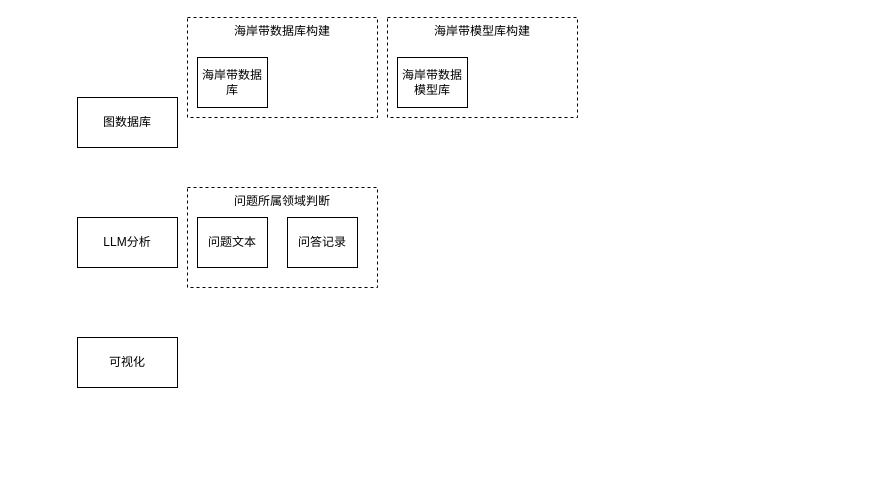
ZNIZN/mytestblog keeps this draw.io diagram as 模型计算流程图.drawio. Above is the earlier version. Source tidied: cells renumbered, new cells numbered last; positions are measured from the earlier drawing's top-left corner, leaving out a move shared by most shapes. Both pictures are drawn from the tidied source at 100%, with x=0, y=0 at pixel (77, 17).
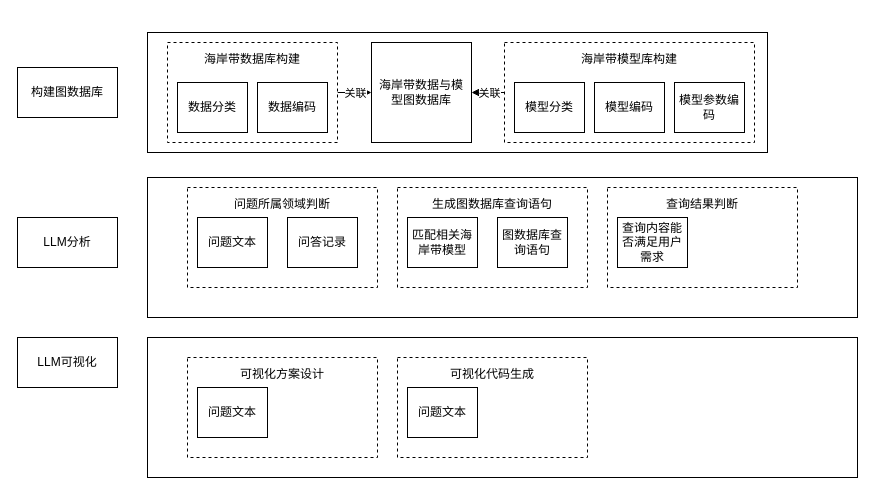
After the change.

Commit message (it also covers changes not shown here):
模型计算流程图.drawio

Change to the diagram source:
```diff
@@
-    <mxCell id="2" value="海岸带模型库构建" style="rounded=0;whiteSpace=wrap;html=1;dashed=1;verticalAlign=top;" parent="1" vertex="1">
-      <mxGeometry x="310" width="190" height="100" as="geometry" />
-    </mxCell>
-    <mxCell id="3" value="海岸带数据库构建" style="rounded=0;whiteSpace=wrap;html=1;dashed=1;verticalAlign=top;" parent="1" vertex="1">
-      <mxGeometry x="110" width="190" height="100" as="geometry" />
-    </mxCell>
+    <mxCell id="12" style="rounded=0;whiteSpace=wrap;html=1;spacing=5;" parent="1" vertex="1">
+      <mxGeometry x="70" y="320" width="710" height="140" as="geometry" />
+    </mxCell>
+    <mxCell id="13" style="rounded=0;whiteSpace=wrap;html=1;spacing=5;" parent="1" vertex="1">
+      <mxGeometry x="70" y="160" width="710" height="140" as="geometry" />
+    </mxCell>
+    <mxCell id="14" style="rounded=0;whiteSpace=wrap;html=1;spacing=5;" parent="1" vertex="1">
+      <mxGeometry x="70" y="15" width="620" height="120" as="geometry" />
+    </mxCell>
+    <mxCell id="15" style="edgeStyle=orthogonalEdgeStyle;rounded=0;jettySize=auto;html=1;exitX=1;exitY=0.5;exitDx=0;exitDy=0;" parent="1" edge="1" source="3" target="26">
+      <mxGeometry relative="1" as="geometry" />
+    </mxCell>
+    <mxCell id="16" value="关联" style="edgeLabel;html=1;align=center;verticalAlign=middle;" parent="15" vertex="1">
+      <mxGeometry relative="1" as="geometry" />
+    </mxCell>
-    <mxCell id="4" value="图数据库" style="rounded=0;whiteSpace=wrap;html=1;" parent="1" vertex="1">
-      <mxGeometry y="80" width="100" height="50" as="geometry" />
+    <mxCell id="4" value="构建图数据库" style="rounded=0;whiteSpace=wrap;html=1;spacing=5;" parent="1" vertex="1">
+      <mxGeometry x="-60" y="50" width="100" height="50" as="geometry" />
     </mxCell>
-    <mxCell id="5" value="LLM分析" style="rounded=0;whiteSpace=wrap;html=1;" parent="1" vertex="1">
-      <mxGeometry y="200" width="100" height="50" as="geometry" />
+    <mxCell id="5" value="LLM分析" style="rounded=0;whiteSpace=wrap;html=1;spacing=5;" parent="1" vertex="1">
+      <mxGeometry x="-60" y="200" width="100" height="50" as="geometry" />
     </mxCell>
-    <mxCell id="6" value="可视化" style="rounded=0;whiteSpace=wrap;html=1;" parent="1" vertex="1">
-      <mxGeometry y="320" width="100" height="50" as="geometry" />
+    <mxCell id="6" value="LLM可视化" style="rounded=0;whiteSpace=wrap;html=1;spacing=5;" parent="1" vertex="1">
+      <mxGeometry x="-60" y="320" width="100" height="50" as="geometry" />
     </mxCell>
-    <mxCell id="7" value="海岸带数据库" style="rounded=0;whiteSpace=wrap;html=1;" parent="1" vertex="1">
-      <mxGeometry x="120" y="40" width="70" height="50" as="geometry" />
-    </mxCell>
-    <mxCell id="8" value="海岸带数据模型库" style="rounded=0;whiteSpace=wrap;html=1;" parent="1" vertex="1">
-      <mxGeometry x="320" y="40" width="70" height="50" as="geometry" />
-    </mxCell>
-    <mxCell id="9" value="问题所属领域判断" style="rounded=0;whiteSpace=wrap;html=1;dashed=1;verticalAlign=top;" parent="1" vertex="1">
+    <mxCell id="9" value="问题所属领域判断" style="rounded=0;whiteSpace=wrap;html=1;dashed=1;verticalAlign=top;spacing=5;" parent="1" vertex="1">
       <mxGeometry x="110" y="170" width="190" height="100" as="geometry" />
     </mxCell>
-    <mxCell id="10" value="问题文本" style="rounded=0;whiteSpace=wrap;html=1;" parent="1" vertex="1">
+    <mxCell id="10" value="问题文本" style="rounded=0;whiteSpace=wrap;html=1;spacing=5;" parent="1" vertex="1">
       <mxGeometry x="120" y="200" width="70" height="50" as="geometry" />
     </mxCell>
-    <mxCell id="11" value="问答记录" style="rounded=0;whiteSpace=wrap;html=1;" parent="1" vertex="1">
+    <mxCell id="11" value="问答记录" style="rounded=0;whiteSpace=wrap;html=1;spacing=5;" parent="1" vertex="1">
       <mxGeometry x="210" y="200" width="70" height="50" as="geometry" />
     </mxCell>
+    <mxCell id="17" value="生成图数据库查询语句" style="rounded=0;whiteSpace=wrap;html=1;dashed=1;verticalAlign=top;spacing=5;" parent="1" vertex="1">
+      <mxGeometry x="320" y="170" width="190" height="100" as="geometry" />
+    </mxCell>
+    <mxCell id="18" value="匹配相关海岸带模型" style="rounded=0;whiteSpace=wrap;html=1;spacing=5;" parent="1" vertex="1">
+      <mxGeometry x="330" y="200" width="70" height="50" as="geometry" />
+    </mxCell>
+    <mxCell id="19" value="图数据库查询语句" style="rounded=0;whiteSpace=wrap;html=1;spacing=5;" parent="1" vertex="1">
+      <mxGeometry x="420" y="200" width="70" height="50" as="geometry" />
+    </mxCell>
+    <mxCell id="20" value="查询结果判断" style="rounded=0;whiteSpace=wrap;html=1;dashed=1;verticalAlign=top;spacing=5;" parent="1" vertex="1">
+      <mxGeometry x="530" y="170" width="190" height="100" as="geometry" />
+    </mxCell>
+    <mxCell id="21" value="查询内容能否满足用户需求" style="rounded=0;whiteSpace=wrap;html=1;spacing=5;" parent="1" vertex="1">
+      <mxGeometry x="540" y="200" width="70" height="50" as="geometry" />
+    </mxCell>
+    <mxCell id="22" value="可视化方案设计" style="rounded=0;whiteSpace=wrap;html=1;dashed=1;verticalAlign=top;spacing=5;" parent="1" vertex="1">
+      <mxGeometry x="110" y="340" width="190" height="100" as="geometry" />
+    </mxCell>
+    <mxCell id="23" value="问题文本" style="rounded=0;whiteSpace=wrap;html=1;spacing=5;" parent="1" vertex="1">
+      <mxGeometry x="120" y="370" width="70" height="50" as="geometry" />
+    </mxCell>
+    <mxCell id="24" value="可视化代码生成" style="rounded=0;whiteSpace=wrap;html=1;dashed=1;verticalAlign=top;spacing=5;" parent="1" vertex="1">
+      <mxGeometry x="320" y="340" width="190" height="100" as="geometry" />
+    </mxCell>
+    <mxCell id="25" value="问题文本" style="rounded=0;whiteSpace=wrap;html=1;spacing=5;" parent="1" vertex="1">
+      <mxGeometry x="330" y="370" width="70" height="50" as="geometry" />
+    </mxCell>
+    <mxCell id="26" value="海岸带数据与模型图数据库" style="rounded=0;whiteSpace=wrap;html=1;spacing=5;" parent="1" vertex="1">
+      <mxGeometry x="294" y="25" width="100" height="100" as="geometry" />
+    </mxCell>
+    <mxCell id="27" style="group;" parent="1" vertex="1">
+      <mxGeometry x="427" y="25" width="250" height="100" as="geometry" />
+    </mxCell>
+    <mxCell id="2" value="海岸带模型库构建" style="rounded=0;whiteSpace=wrap;html=1;dashed=1;verticalAlign=top;spacing=5;" parent="27" vertex="1">
+      <mxGeometry width="250" height="100" as="geometry" />
+    </mxCell>
+    <mxCell id="28" style="group;" parent="27" vertex="1">
+      <mxGeometry x="10" y="40" width="230" height="50" as="geometry" />
+    </mxCell>
+    <mxCell id="8" value="模型编码" style="rounded=0;whiteSpace=wrap;html=1;spacing=5;" parent="28" vertex="1">
+      <mxGeometry x="80" width="70" height="50" as="geometry" />
+    </mxCell>
+    <mxCell id="29" value="模型分类" style="rounded=0;whiteSpace=wrap;html=1;spacing=5;" parent="28" vertex="1">
+      <mxGeometry width="70" height="50" as="geometry" />
+    </mxCell>
+    <mxCell id="30" value="模型参数编码" style="rounded=0;whiteSpace=wrap;html=1;spacing=5;" parent="28" vertex="1">
+      <mxGeometry x="160" width="70" height="50" as="geometry" />
+    </mxCell>
+    <mxCell id="31" style="edgeStyle=orthogonalEdgeStyle;rounded=0;jettySize=auto;html=1;exitX=0;exitY=0.5;exitDx=0;exitDy=0;" parent="1" edge="1" source="2" target="26">
+      <mxGeometry relative="1" as="geometry" />
+    </mxCell>
+    <mxCell id="32" value="关联" style="edgeLabel;html=1;align=center;verticalAlign=middle;" parent="31" vertex="1">
+      <mxGeometry relative="1" as="geometry" />
+    </mxCell>
+    <mxCell id="33" style="group;" parent="1" vertex="1">
+      <mxGeometry x="90" y="25" width="170" height="100" as="geometry" />
+    </mxCell>
+    <mxCell id="3" value="海岸带数据库构建" style="rounded=0;whiteSpace=wrap;html=1;dashed=1;verticalAlign=top;spacing=5;" parent="33" vertex="1">
+      <mxGeometry width="170" height="100" as="geometry" />
+    </mxCell>
+    <mxCell id="7" value="数据编码" style="rounded=0;whiteSpace=wrap;html=1;spacing=5;" parent="33" vertex="1">
+      <mxGeometry x="90" y="40" width="70" height="50" as="geometry" />
+    </mxCell>
+    <mxCell id="34" value="数据分类" style="rounded=0;whiteSpace=wrap;html=1;spacing=5;" parent="33" vertex="1">
+      <mxGeometry x="10" y="40" width="70" height="50" as="geometry" />
+    </mxCell>
```
